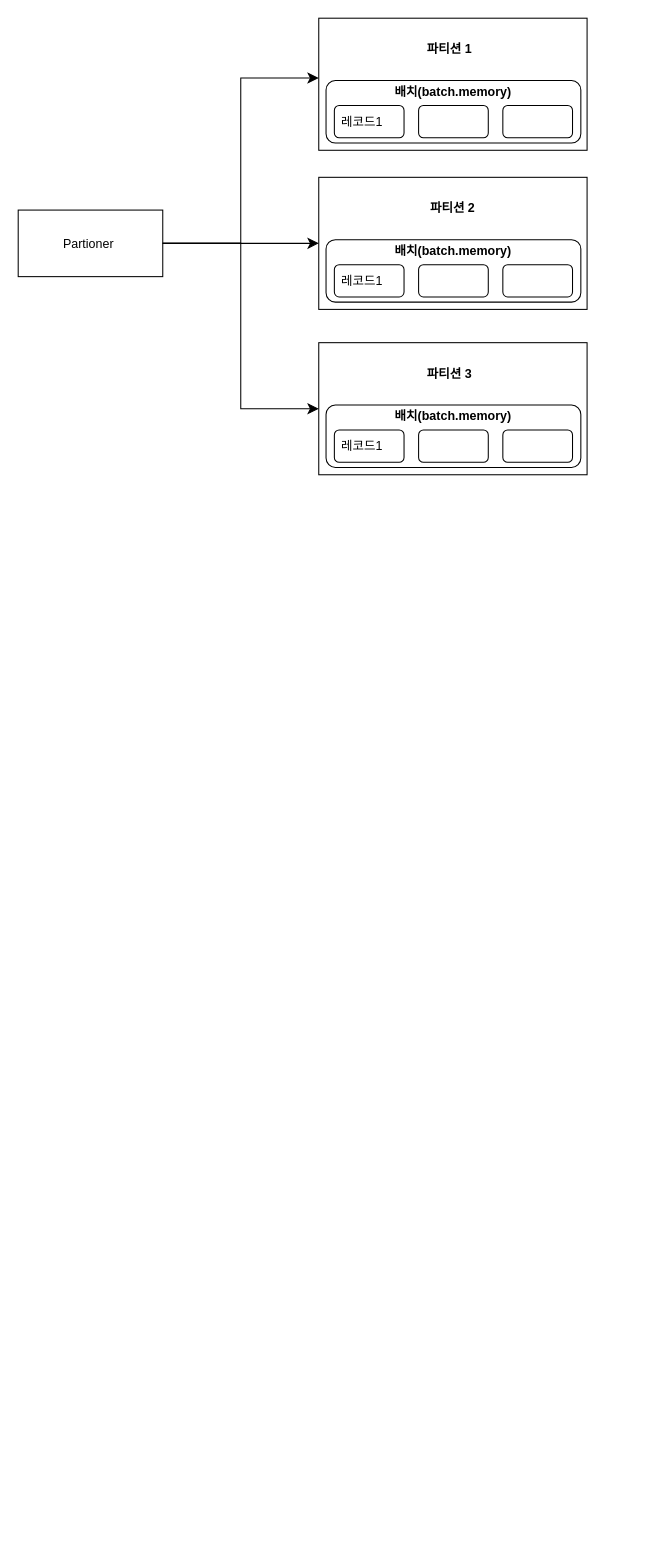
Before: kafka_producer.drawio in jaero0725/draw_io, a draw.io diagram. Source tidied: cells renumbered, new cells numbered last; positions are measured from the earlier drawing's top-left corner, leaving out a move shared by most shapes. Both pictures are drawn from the tidied source at 104%, with x=0, y=0 at pixel (18, 18).
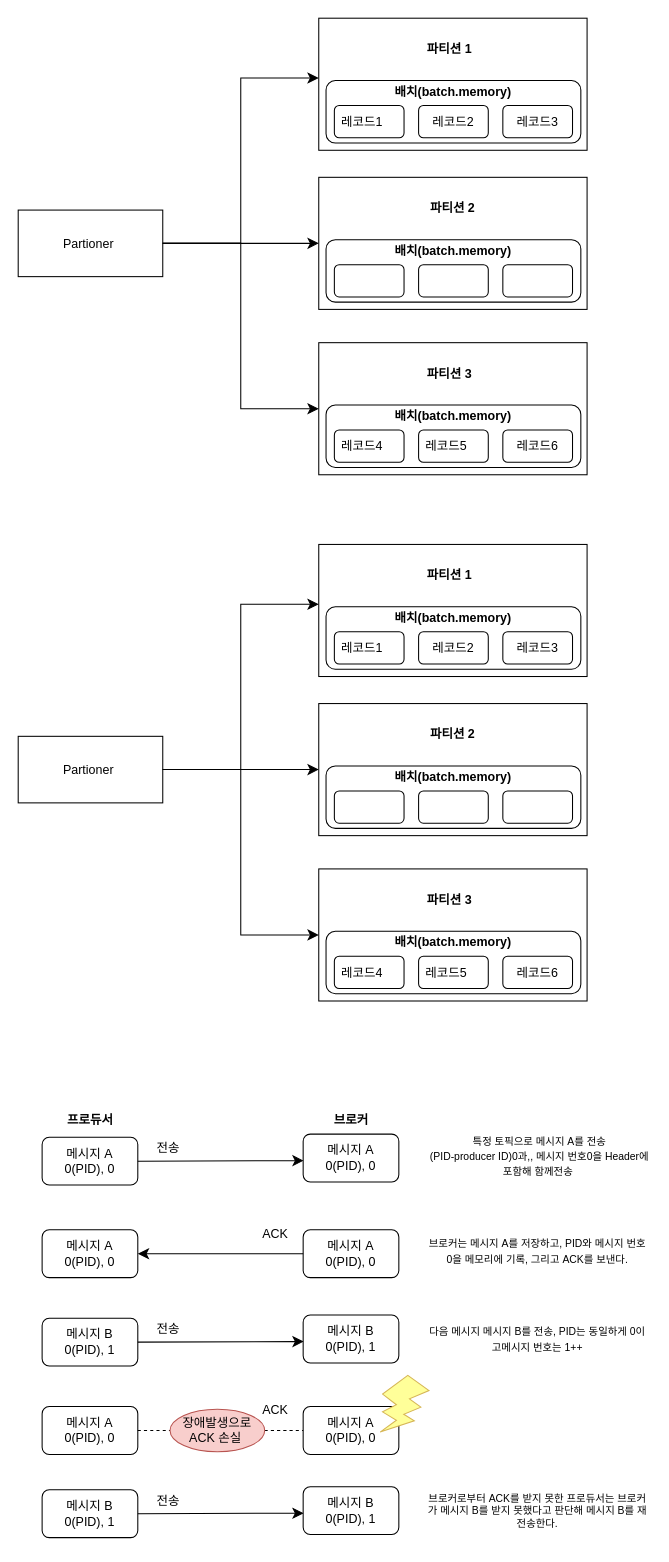
The same diagram, later.

What changed in the source:
```diff
@@
-    <mxCell id="8" value="레코드1&lt;span style=&quot;white-space: pre;&quot;&gt;&#9;&lt;/span&gt;" style="rounded=1;whiteSpace=wrap;html=1;" parent="1" vertex="1">
+    <mxCell id="8" value="레코드4&lt;span style=&quot;white-space: pre;&quot;&gt;&#9;&lt;/span&gt;" style="rounded=1;whiteSpace=wrap;html=1;" parent="1" vertex="1">
       <mxGeometry x="304" y="396" width="67" height="31" as="geometry" />
     </mxCell>
@@
-    <mxCell id="11" style="rounded=1;whiteSpace=wrap;html=1;" parent="1" vertex="1">
+    <mxCell id="11" value="레코드5&lt;span style=&quot;white-space: pre;&quot;&gt;&#9;&lt;/span&gt;" style="rounded=1;whiteSpace=wrap;html=1;" parent="1" vertex="1">
       <mxGeometry x="385" y="396" width="67" height="31" as="geometry" />
     </mxCell>
-    <mxCell id="12" style="rounded=1;whiteSpace=wrap;html=1;" parent="1" vertex="1">
+    <mxCell id="12" value="레코드6" style="rounded=1;whiteSpace=wrap;html=1;" parent="1" vertex="1">
       <mxGeometry x="466" y="396" width="67" height="31" as="geometry" />
     </mxCell>
@@
-    <mxCell id="17" style="rounded=1;whiteSpace=wrap;html=1;" parent="1" vertex="1">
+    <mxCell id="17" value="레코드2" style="rounded=1;whiteSpace=wrap;html=1;" parent="1" vertex="1">
       <mxGeometry x="385" y="84" width="67" height="31" as="geometry" />
     </mxCell>
@@
-    <mxCell id="20" value="레코드1&lt;span style=&quot;white-space: pre;&quot;&gt;&#9;&lt;/span&gt;" style="rounded=1;whiteSpace=wrap;html=1;" parent="1" vertex="1">
+    <mxCell id="20" style="rounded=1;whiteSpace=wrap;html=1;" parent="1" vertex="1">
       <mxGeometry x="304" y="237" width="67" height="31" as="geometry" />
     </mxCell>
@@
-    <mxCell id="25" style="rounded=1;whiteSpace=wrap;html=1;" parent="1" vertex="1">
+    <mxCell id="25" value="레코드3" style="rounded=1;whiteSpace=wrap;html=1;" parent="1" vertex="1">
       <mxGeometry x="466" y="84" width="67" height="31" as="geometry" />
     </mxCell>
@@
+    <mxCell id="27" style="rounded=1;whiteSpace=wrap;html=1;" parent="1" vertex="1">
+      <mxGeometry x="296" y="566" width="245" height="60" as="geometry" />
+    </mxCell>
+    <mxCell id="28" style="rounded=1;whiteSpace=wrap;html=1;" parent="1" vertex="1">
+      <mxGeometry x="296" y="719" width="245" height="60" as="geometry" />
+    </mxCell>
+    <mxCell id="29" style="rounded=1;whiteSpace=wrap;html=1;" parent="1" vertex="1">
+      <mxGeometry x="296" y="878" width="245" height="60" as="geometry" />
+    </mxCell>
+    <mxCell id="30" value="Partioner&amp;nbsp;" style="rounded=0;whiteSpace=wrap;html=1;" parent="1" vertex="1">
+      <mxGeometry y="690.5" width="139" height="64" as="geometry" />
+    </mxCell>
+    <mxCell id="31" style="edgeStyle=elbowEdgeStyle;elbow=horizontal;endArrow=classic;html=1;curved=0;rounded=0;endSize=8;startSize=8;fontSize=12;entryX=0;entryY=0.5;entryDx=0;entryDy=0;exitX=1;exitY=0.5;exitDx=0;exitDy=0;" parent="1" edge="1" source="30">
+      <mxGeometry relative="1" as="geometry">
+        <mxPoint x="289" y="563.5" as="targetPoint" />
+      </mxGeometry>
+    </mxCell>
+    <mxCell id="32" style="rounded=0;whiteSpace=wrap;html=1;fillColor=none;" parent="1" vertex="1">
+      <mxGeometry x="289" y="818" width="258" height="127" as="geometry" />
+    </mxCell>
+    <mxCell id="33" value="레코드4&lt;span style=&quot;white-space: pre;&quot;&gt;&#9;&lt;/span&gt;" style="rounded=1;whiteSpace=wrap;html=1;" parent="1" vertex="1">
+      <mxGeometry x="304" y="902" width="67" height="31" as="geometry" />
+    </mxCell>
+    <mxCell id="34" style="edgeStyle=elbowEdgeStyle;elbow=horizontal;endArrow=classic;html=1;curved=0;rounded=0;endSize=8;startSize=8;fontSize=12;exitX=1;exitY=0.5;exitDx=0;exitDy=0;entryX=0;entryY=0.5;entryDx=0;entryDy=0;" parent="1" edge="1" source="30">
+      <mxGeometry relative="1" as="geometry">
+        <mxPoint x="289" y="722.5" as="targetPoint" />
+      </mxGeometry>
+    </mxCell>
+    <mxCell id="35" style="edgeStyle=elbowEdgeStyle;elbow=horizontal;endArrow=classic;html=1;curved=0;rounded=0;endSize=8;startSize=8;fontSize=12;exitX=1;exitY=0.5;exitDx=0;exitDy=0;entryX=0;entryY=0.5;entryDx=0;entryDy=0;" parent="1" edge="1" source="30" target="32">
+      <mxGeometry relative="1" as="geometry" />
+    </mxCell>
+    <mxCell id="36" value="레코드5&lt;span style=&quot;white-space: pre;&quot;&gt;&#9;&lt;/span&gt;" style="rounded=1;whiteSpace=wrap;html=1;" parent="1" vertex="1">
+      <mxGeometry x="385" y="902" width="67" height="31" as="geometry" />
+    </mxCell>
+    <mxCell id="37" value="레코드6" style="rounded=1;whiteSpace=wrap;html=1;" parent="1" vertex="1">
+      <mxGeometry x="466" y="902" width="67" height="31" as="geometry" />
+    </mxCell>
+    <mxCell id="38" value="&lt;b&gt;배치(batch.memory)&lt;/b&gt;" style="rounded=1;whiteSpace=wrap;html=1;fillColor=none;strokeColor=none;" parent="1" vertex="1">
+      <mxGeometry x="358" y="859" width="121" height="60" as="geometry" />
+    </mxCell>
+    <mxCell id="39" value="&lt;b&gt;파티션 3&lt;/b&gt;" style="rounded=1;whiteSpace=wrap;html=1;fillColor=none;strokeColor=none;" parent="1" vertex="1">
+      <mxGeometry x="355" y="818" width="120" height="60" as="geometry" />
+    </mxCell>
+    <mxCell id="40" style="rounded=0;whiteSpace=wrap;html=1;fillColor=none;" parent="1" vertex="1">
+      <mxGeometry x="289" y="506" width="258" height="127" as="geometry" />
+    </mxCell>
+    <mxCell id="41" value="레코드1&lt;span style=&quot;white-space: pre;&quot;&gt;&#9;&lt;/span&gt;" style="rounded=1;whiteSpace=wrap;html=1;" parent="1" vertex="1">
+      <mxGeometry x="304" y="590" width="67" height="31" as="geometry" />
+    </mxCell>
+    <mxCell id="42" value="레코드2" style="rounded=1;whiteSpace=wrap;html=1;" parent="1" vertex="1">
+      <mxGeometry x="385" y="590" width="67" height="31" as="geometry" />
+    </mxCell>
+    <mxCell id="43" value="&lt;b&gt;배치(batch.memory)&lt;/b&gt;" style="rounded=1;whiteSpace=wrap;html=1;fillColor=none;strokeColor=none;" parent="1" vertex="1">
+      <mxGeometry x="358" y="547" width="121" height="60" as="geometry" />
+    </mxCell>
+    <mxCell id="44" style="rounded=0;whiteSpace=wrap;html=1;fillColor=none;" parent="1" vertex="1">
+      <mxGeometry x="289" y="659" width="258" height="127" as="geometry" />
+    </mxCell>
+    <mxCell id="45" style="rounded=1;whiteSpace=wrap;html=1;" parent="1" vertex="1">
+      <mxGeometry x="304" y="743" width="67" height="31" as="geometry" />
+    </mxCell>
+    <mxCell id="46" style="rounded=1;whiteSpace=wrap;html=1;" parent="1" vertex="1">
+      <mxGeometry x="385" y="743" width="67" height="31" as="geometry" />
+    </mxCell>
+    <mxCell id="47" value="&lt;b&gt;배치(batch.memory)&lt;/b&gt;" style="rounded=1;whiteSpace=wrap;html=1;fillColor=none;strokeColor=none;" parent="1" vertex="1">
+      <mxGeometry x="358" y="700" width="121" height="60" as="geometry" />
+    </mxCell>
+    <mxCell id="48" value="&lt;b&gt;파티션 2&lt;/b&gt;" style="rounded=1;whiteSpace=wrap;html=1;fillColor=none;strokeColor=none;" parent="1" vertex="1">
+      <mxGeometry x="358" y="659" width="120" height="60" as="geometry" />
+    </mxCell>
+    <mxCell id="49" value="&lt;b&gt;파티션 1&lt;/b&gt;" style="rounded=1;whiteSpace=wrap;html=1;fillColor=none;strokeColor=none;" parent="1" vertex="1">
+      <mxGeometry x="355" y="506" width="120" height="60" as="geometry" />
+    </mxCell>
+    <mxCell id="50" value="레코드3" style="rounded=1;whiteSpace=wrap;html=1;" parent="1" vertex="1">
+      <mxGeometry x="466" y="590" width="67" height="31" as="geometry" />
+    </mxCell>
+    <mxCell id="51" style="rounded=1;whiteSpace=wrap;html=1;" parent="1" vertex="1">
+      <mxGeometry x="466" y="743" width="67" height="31" as="geometry" />
+    </mxCell>
+    <mxCell id="52" value="메시지 A&lt;div&gt;0(PID), 0&lt;/div&gt;" style="rounded=1;whiteSpace=wrap;html=1;" parent="1" vertex="1">
+      <mxGeometry x="23" y="1076" width="92" height="46" as="geometry" />
+    </mxCell>
+    <mxCell id="53" value="프로듀서" style="rounded=1;whiteSpace=wrap;html=1;fillColor=none;strokeColor=none;arcSize=19;fontStyle=1;" parent="1" vertex="1">
+      <mxGeometry x="15.5" y="1046" width="107" height="27" as="geometry" />
+    </mxCell>
+    <mxCell id="54" value="브로커" style="rounded=1;whiteSpace=wrap;html=1;fillColor=none;strokeColor=none;arcSize=19;fontStyle=1;" parent="1" vertex="1">
+      <mxGeometry x="266.5" y="1046" width="107" height="27" as="geometry" />
+    </mxCell>
+    <mxCell id="55" style="endArrow=classic;html=1;rounded=0;fontSize=12;startSize=8;endSize=8;curved=1;exitX=1;exitY=0.5;exitDx=0;exitDy=0;entryX=0;entryY=0.5;entryDx=0;entryDy=0;" parent="1" edge="1" source="52">
+      <mxGeometry relative="1" as="geometry">
+        <mxPoint x="274.5" y="1098.5" as="targetPoint" />
+      </mxGeometry>
+    </mxCell>
+    <mxCell id="56" value="메시지 A&lt;div&gt;0(PID), 0&lt;/div&gt;" style="rounded=1;whiteSpace=wrap;html=1;" parent="1" vertex="1">
+      <mxGeometry x="274" y="1073" width="92" height="46" as="geometry" />
+    </mxCell>
+    <mxCell id="57" value="전송" style="rounded=1;whiteSpace=wrap;html=1;fillColor=none;strokeColor=none;arcSize=19;" parent="1" vertex="1">
+      <mxGeometry x="91" y="1073" width="107" height="27" as="geometry" />
+    </mxCell>
+    <mxCell id="58" value="&lt;font style=&quot;font-size: 10px;&quot;&gt;특정 토픽으로 메시지 A를 전송&lt;/font&gt;&lt;div&gt;&lt;font style=&quot;font-size: 10px;&quot;&gt;(PID-producer ID)0과,, 메시지 번호0을 Header에 포함해 함께전송&amp;nbsp;&lt;/font&gt;&lt;/div&gt;" style="rounded=1;whiteSpace=wrap;html=1;fillColor=none;strokeColor=none;arcSize=19;" parent="1" vertex="1">
+      <mxGeometry x="395" y="1061" width="213" height="65" as="geometry" />
+    </mxCell>
+    <mxCell id="59" value="메시지 A&lt;div&gt;0(PID), 0&lt;/div&gt;" style="rounded=1;whiteSpace=wrap;html=1;" parent="1" vertex="1">
+      <mxGeometry x="23" y="1165" width="92" height="46" as="geometry" />
+    </mxCell>
+    <mxCell id="60" value="메시지 A&lt;div&gt;0(PID), 0&lt;/div&gt;" style="rounded=1;whiteSpace=wrap;html=1;" parent="1" vertex="1">
+      <mxGeometry x="274" y="1165" width="92" height="46" as="geometry" />
+    </mxCell>
+    <mxCell id="61" value="ACK" style="rounded=1;whiteSpace=wrap;html=1;fillColor=none;strokeColor=none;arcSize=19;" parent="1" vertex="1">
+      <mxGeometry x="194" y="1155" width="107" height="27" as="geometry" />
+    </mxCell>
+    <mxCell id="62" style="endArrow=classic;html=1;rounded=0;fontSize=12;startSize=8;endSize=8;curved=1;entryX=1;entryY=0.5;entryDx=0;entryDy=0;exitX=0;exitY=0.5;exitDx=0;exitDy=0;" parent="1" edge="1" source="60" target="59">
+      <mxGeometry relative="1" as="geometry" />
+    </mxCell>
+    <mxCell id="63" value="&lt;span style=&quot;font-size: 10px;&quot;&gt;브로커는 메시지 A를 저장하고, PID와 메시지 번호 0을 메모리에 기록, 그리고 ACK를 보낸다.&lt;/span&gt;" style="rounded=1;whiteSpace=wrap;html=1;fillColor=none;strokeColor=none;arcSize=19;" parent="1" vertex="1">
+      <mxGeometry x="393" y="1152.5" width="213" height="65" as="geometry" />
+    </mxCell>
+    <mxCell id="64" value="메시지 B&lt;div&gt;0(PID), 1&lt;/div&gt;" style="rounded=1;whiteSpace=wrap;html=1;" parent="1" vertex="1">
+      <mxGeometry x="23" y="1250" width="92" height="46" as="geometry" />
+    </mxCell>
+    <mxCell id="65" style="endArrow=classic;html=1;rounded=0;fontSize=12;startSize=8;endSize=8;curved=1;exitX=1;exitY=0.5;exitDx=0;exitDy=0;entryX=0;entryY=0.5;entryDx=0;entryDy=0;" parent="1" edge="1" source="64">
+      <mxGeometry relative="1" as="geometry">
+        <mxPoint x="274.5" y="1272.5" as="targetPoint" />
+      </mxGeometry>
+    </mxCell>
+    <mxCell id="66" value="메시지 B&lt;div&gt;0(PID), 1&lt;/div&gt;" style="rounded=1;whiteSpace=wrap;html=1;" parent="1" vertex="1">
+      <mxGeometry x="274" y="1247" width="92" height="46" as="geometry" />
+    </mxCell>
+    <mxCell id="67" value="전송" style="rounded=1;whiteSpace=wrap;html=1;fillColor=none;strokeColor=none;arcSize=19;" parent="1" vertex="1">
+      <mxGeometry x="91" y="1247" width="107" height="27" as="geometry" />
+    </mxCell>
+    <mxCell id="68" value="&lt;span style=&quot;font-size: 10px;&quot;&gt;다음 메시지 메시지 B를 전송, PID는 동일하게 0이고메시지 번호는 1++&lt;/span&gt;" style="rounded=1;whiteSpace=wrap;html=1;fillColor=none;strokeColor=none;arcSize=19;" parent="1" vertex="1">
+      <mxGeometry x="393" y="1237.5" width="213" height="65" as="geometry" />
+    </mxCell>
+    <mxCell id="69" value="메시지 A&lt;div&gt;0(PID), 0&lt;/div&gt;" style="rounded=1;whiteSpace=wrap;html=1;" parent="1" vertex="1">
+      <mxGeometry x="23" y="1335" width="92" height="46" as="geometry" />
+    </mxCell>
+    <mxCell id="70" value="메시지 A&lt;div&gt;0(PID), 0&lt;/div&gt;" style="rounded=1;whiteSpace=wrap;html=1;" parent="1" vertex="1">
+      <mxGeometry x="274" y="1335" width="92" height="46" as="geometry" />
+    </mxCell>
+    <mxCell id="71" value="ACK" style="rounded=1;whiteSpace=wrap;html=1;fillColor=none;strokeColor=none;arcSize=19;" parent="1" vertex="1">
+      <mxGeometry x="194" y="1325" width="107" height="27" as="geometry" />
+    </mxCell>
+    <mxCell id="72" style="verticalLabelPosition=bottom;verticalAlign=top;html=1;shape=mxgraph.basic.flash;fillColor=#FFFF99;strokeColor=#d6b656;gradientColor=none;fillStyle=solid;shadow=0;strokeWidth=1;" parent="1" vertex="1">
+      <mxGeometry x="348" y="1305" width="47" height="54.5" as="geometry" />
+    </mxCell>
+    <mxCell id="73" style="endArrow=none;dashed=1;html=1;rounded=0;fontSize=12;startSize=8;endSize=8;curved=1;exitX=1;exitY=0.5;exitDx=0;exitDy=0;entryX=0;entryY=0.5;entryDx=0;entryDy=0;" parent="1" edge="1" source="75" target="70">
+      <mxGeometry relative="1" as="geometry" />
+    </mxCell>
+    <mxCell id="74" style="endArrow=none;dashed=1;html=1;rounded=0;fontSize=12;startSize=8;endSize=8;curved=1;exitX=1;exitY=0.5;exitDx=0;exitDy=0;entryX=0;entryY=0.5;entryDx=0;entryDy=0;" parent="1" edge="1" source="69" target="75">
+      <mxGeometry relative="1" as="geometry" />
+    </mxCell>
+    <mxCell id="75" value="장애발생으로 ACK 손실&amp;nbsp;" style="ellipse;whiteSpace=wrap;html=1;fillColor=#f8cecc;strokeColor=#b85450;" parent="1" vertex="1">
+      <mxGeometry x="146" y="1337.5" width="91" height="41" as="geometry" />
+    </mxCell>
+    <mxCell id="76" value="메시지 B&lt;div&gt;0(PID), 1&lt;/div&gt;" style="rounded=1;whiteSpace=wrap;html=1;" parent="1" vertex="1">
+      <mxGeometry x="23" y="1415" width="92" height="46" as="geometry" />
+    </mxCell>
+    <mxCell id="77" style="endArrow=classic;html=1;rounded=0;fontSize=12;startSize=8;endSize=8;curved=1;exitX=1;exitY=0.5;exitDx=0;exitDy=0;entryX=0;entryY=0.5;entryDx=0;entryDy=0;" parent="1" edge="1" source="76">
+      <mxGeometry relative="1" as="geometry">
+        <mxPoint x="274.5" y="1437.5" as="targetPoint" />
+      </mxGeometry>
+    </mxCell>
+    <mxCell id="78" value="메시지 B&lt;div&gt;0(PID), 1&lt;/div&gt;" style="rounded=1;whiteSpace=wrap;html=1;" parent="1" vertex="1">
+      <mxGeometry x="274" y="1412" width="92" height="46" as="geometry" />
+    </mxCell>
+    <mxCell id="79" value="전송" style="rounded=1;whiteSpace=wrap;html=1;fillColor=none;strokeColor=none;arcSize=19;" parent="1" vertex="1">
+      <mxGeometry x="91" y="1412" width="107" height="27" as="geometry" />
+    </mxCell>
+    <mxCell id="80" value="브로커로부터 ACK를 받지 못한 프로듀서는 브로커가 메시지 B를 받지 못했다고 판단해 메시지 B를 재전송한다." style="rounded=1;whiteSpace=wrap;html=1;fillColor=none;strokeColor=none;arcSize=19;fontSize=10;" parent="1" vertex="1">
+      <mxGeometry x="393" y="1402.5" width="213" height="65" as="geometry" />
+    </mxCell>
```
